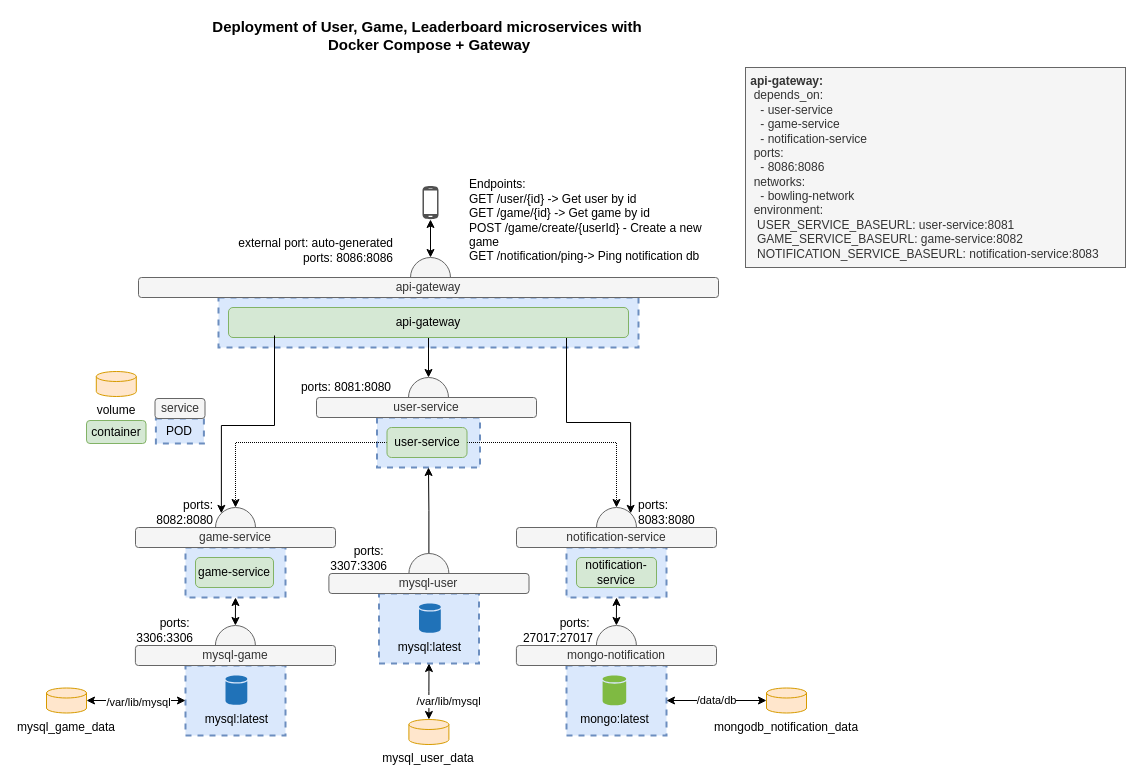
This is assets/Diagram.drawio from B-Antonis96/BowlingGameBackEnd, a draw.io file, before an edit. Source tidied: cells renumbered, new cells numbered last; positions are measured from the earlier drawing's top-left corner, leaving out a move shared by most shapes. Both pictures are drawn from the tidied source at 100%, with x=0, y=0 at pixel (46, 25).
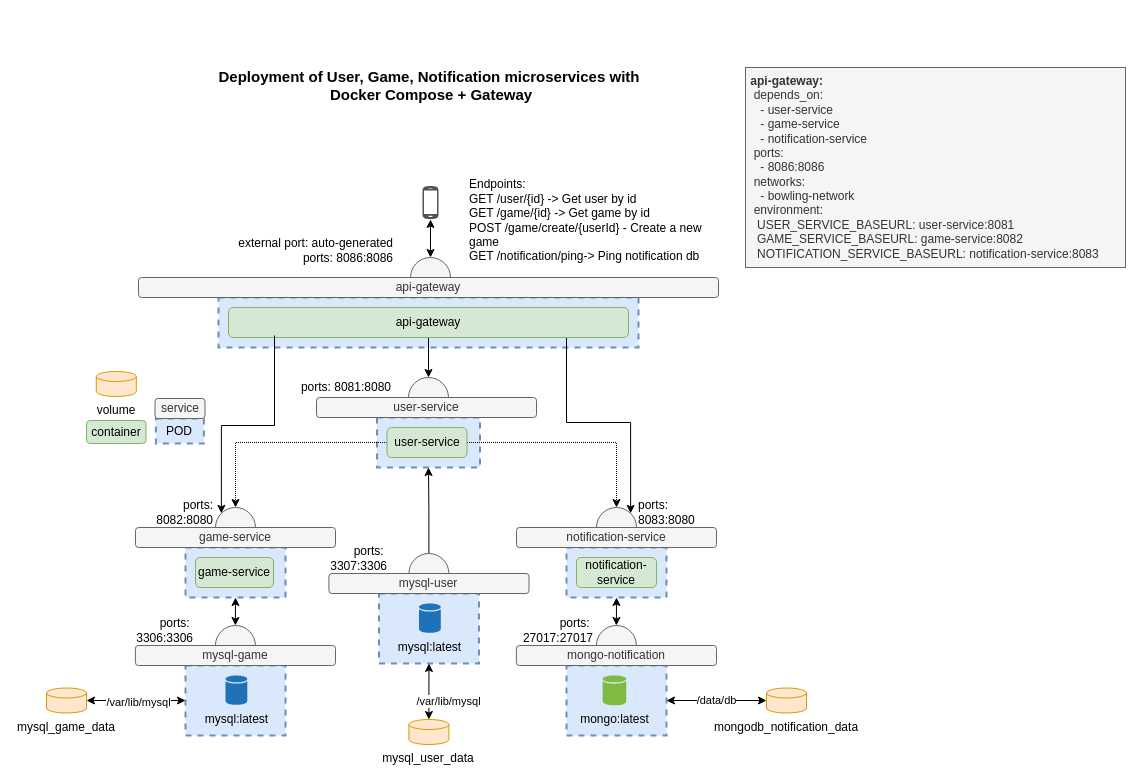
After the change.

The edit, as a diff of the source:
```diff
@@
-    <mxCell id="34" value="&lt;div&gt;&lt;b&gt;&lt;font style=&quot;font-size: 15px&quot;&gt;Deployment of User, Game, Leaderboard microservices with&lt;br&gt;&amp;nbsp;Docker Compose + Gateway&lt;/font&gt;&lt;/b&gt;&lt;/div&gt;" style="text;html=1;strokeColor=none;fillColor=none;align=center;verticalAlign=middle;whiteSpace=wrap;rounded=0;" parent="1" vertex="1">
-      <mxGeometry x="32" width="698" height="20" as="geometry" />
+    <mxCell id="34" value="&lt;div&gt;&lt;b&gt;&lt;font style=&quot;font-size: 15px&quot;&gt;Deployment of User, Game, Notification microservices with&lt;br&gt;&amp;nbsp;Docker Compose + Gateway&lt;/font&gt;&lt;/b&gt;&lt;/div&gt;" style="text;html=1;strokeColor=none;fillColor=none;align=center;verticalAlign=middle;whiteSpace=wrap;rounded=0;" parent="1" vertex="1">
+      <mxGeometry x="34.4" y="50" width="698" height="20" as="geometry" />
     </mxCell>
```
